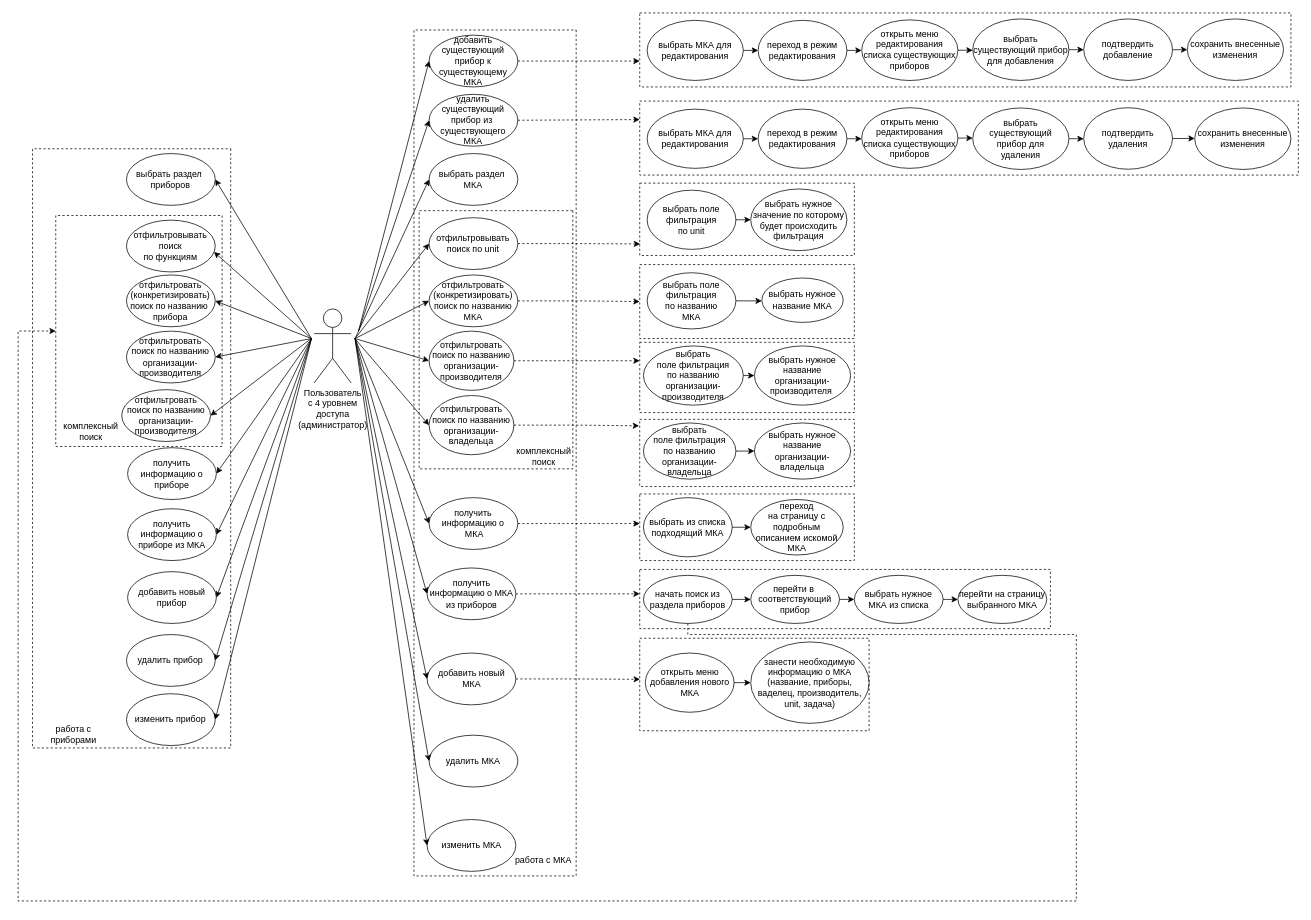
This is use case расширенная версия.drawio from ReallyDeadGorillaz/WorkingDrafts, a draw.io file, before an edit. Source tidied: cells renumbered, new cells numbered last; positions are measured from the earlier drawing's top-left corner, leaving out a move shared by most shapes. Both pictures are drawn from the tidied source at 74%, with x=0, y=0 at pixel (-168, 13).
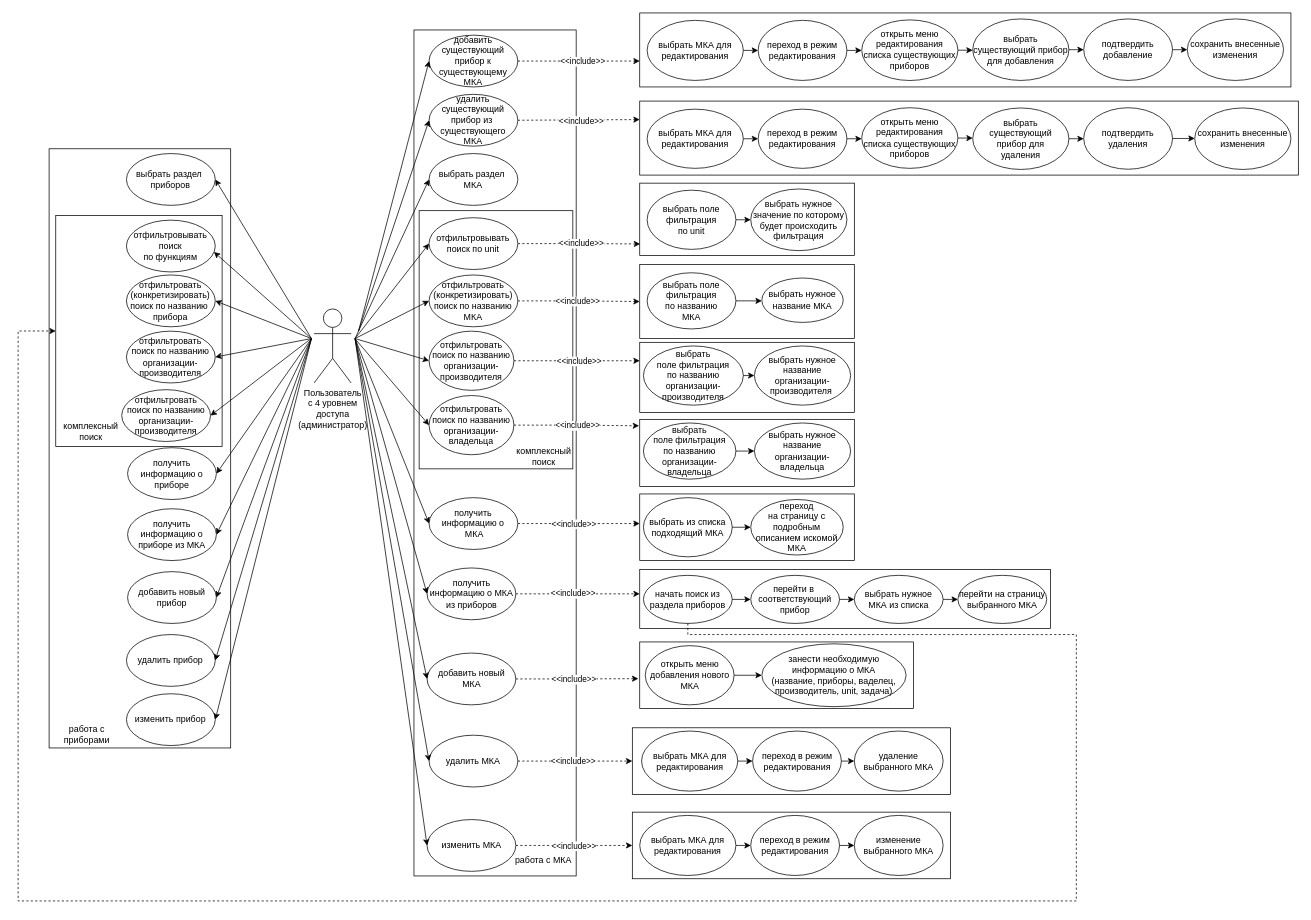
The same page after the edit.

The change refers to these unchanged cells:
```xml
<mxCell id="52" value="добавить новый МКА&lt;br&gt;" style="ellipse;whiteSpace=wrap;html=1;" parent="1" vertex="1">
  <mxGeometry x="803.6" y="865" width="120" height="70" as="geometry" />
</mxCell>
<mxCell id="53" value="удалить МКА&lt;br&gt;" style="ellipse;whiteSpace=wrap;html=1;" parent="1" vertex="1">
  <mxGeometry x="806.3" y="976" width="120" height="70" as="geometry" />
</mxCell>
<mxCell id="54" value="изменить МКА&lt;br&gt;" style="ellipse;whiteSpace=wrap;html=1;" parent="1" vertex="1">
  <mxGeometry x="803.6" y="1090" width="120" height="70" as="geometry" />
</mxCell>
```

Diff of the diagram source:
```diff
@@
+    <mxCell id="121" style="rounded=0;whiteSpace=wrap;html=1;fillColor=none;" parent="1" vertex="1">
+      <mxGeometry x="1081" y="966" width="430" height="90" as="geometry" />
+    </mxCell>
-    <mxCell id="2" style="rounded=0;whiteSpace=wrap;html=1;fillColor=none;dashed=1;" parent="1" vertex="1">
-      <mxGeometry x="1091" y="845" width="310" height="125" as="geometry" />
+    <mxCell id="2" style="rounded=0;whiteSpace=wrap;html=1;fillColor=none;" parent="1" vertex="1">
+      <mxGeometry x="1091" y="850" width="370" height="90" as="geometry" />
     </mxCell>
-    <mxCell id="3" style="rounded=0;whiteSpace=wrap;html=1;fillColor=none;dashed=1;" parent="1" vertex="1">
+    <mxCell id="3" style="rounded=0;whiteSpace=wrap;html=1;fillColor=none;" parent="1" vertex="1">
       <mxGeometry x="1091" y="752" width="555" height="80" as="geometry" />
     </mxCell>
-    <mxCell id="4" style="rounded=0;whiteSpace=wrap;html=1;fillColor=none;dashed=1;" parent="1" vertex="1">
+    <mxCell id="4" style="rounded=0;whiteSpace=wrap;html=1;fillColor=none;" parent="1" vertex="1">
       <mxGeometry x="1091" y="650" width="290" height="90" as="geometry" />
     </mxCell>
-    <mxCell id="5" style="rounded=0;whiteSpace=wrap;html=1;fillColor=none;dashed=1;" parent="1" vertex="1">
+    <mxCell id="5" style="rounded=0;whiteSpace=wrap;html=1;fillColor=none;" parent="1" vertex="1">
       <mxGeometry x="1091" y="445.1" width="290" height="94.9" as="geometry" />
     </mxCell>
-    <mxCell id="6" style="rounded=0;whiteSpace=wrap;html=1;fillColor=none;dashed=1;" parent="1" vertex="1">
+    <mxCell id="6" style="rounded=0;whiteSpace=wrap;html=1;fillColor=none;" parent="1" vertex="1">
       <mxGeometry x="1091" y="340" width="290" height="100" as="geometry" />
     </mxCell>
-    <mxCell id="7" style="rounded=0;whiteSpace=wrap;html=1;fillColor=none;dashed=1;" parent="1" vertex="1">
+    <mxCell id="7" style="rounded=0;whiteSpace=wrap;html=1;fillColor=none;" parent="1" vertex="1">
       <mxGeometry x="1091" y="230" width="290" height="97.8" as="geometry" />
     </mxCell>
-    <mxCell id="8" style="rounded=0;whiteSpace=wrap;html=1;fillColor=none;dashed=1;" parent="1" vertex="1">
+    <mxCell id="8" style="rounded=0;whiteSpace=wrap;html=1;fillColor=none;" parent="1" vertex="1">
       <mxGeometry x="1091" y="119.1" width="890" height="100" as="geometry" />
     </mxCell>
-    <mxCell id="9" style="rounded=0;whiteSpace=wrap;html=1;fillColor=none;dashed=1;" parent="1" vertex="1">
+    <mxCell id="9" style="rounded=0;whiteSpace=wrap;html=1;fillColor=none;" parent="1" vertex="1">
       <mxGeometry x="1091" width="880" height="100" as="geometry" />
     </mxCell>
-    <mxCell id="10" style="rounded=0;whiteSpace=wrap;html=1;rotation=90;fillColor=none;dashed=1;" parent="1" vertex="1">
-      <mxGeometry x="-0.5" y="454.5" width="809.7" height="267.8" as="geometry" />
+    <mxCell id="10" style="rounded=0;whiteSpace=wrap;html=1;rotation=90;fillColor=none;" parent="1" vertex="1">
+      <mxGeometry x="10.7" y="465.7" width="809.7" height="245.4" as="geometry" />
     </mxCell>
-    <mxCell id="11" style="rounded=0;whiteSpace=wrap;html=1;rotation=90;fillColor=none;dashed=1;" parent="1" vertex="1">
+    <mxCell id="11" style="rounded=0;whiteSpace=wrap;html=1;rotation=90;fillColor=none;" parent="1" vertex="1">
       <mxGeometry x="323.9" y="485" width="1143.2" height="219.2" as="geometry" />
     </mxCell>
-    <mxCell id="12" style="rounded=0;whiteSpace=wrap;html=1;rotation=90;fillColor=none;dashed=1;" parent="1" vertex="1">
+    <mxCell id="12" style="rounded=0;whiteSpace=wrap;html=1;rotation=90;fillColor=none;" parent="1" vertex="1">
       <mxGeometry x="722.3" y="337.8" width="348.9" height="207.7" as="geometry" />
     </mxCell>
@@
-    <mxCell id="33" style="rounded=0;whiteSpace=wrap;html=1;rotation=90;fillColor=none;dashed=1;" parent="1" vertex="1">
+    <mxCell id="33" style="rounded=0;whiteSpace=wrap;html=1;rotation=90;fillColor=none;" parent="1" vertex="1">
       <mxGeometry x="258.2" y="317.4" width="312.1" height="224.8" as="geometry" />
     </mxCell>
@@
     <mxCell id="38" value="работа с приборами" style="text;html=1;strokeColor=none;fillColor=none;align=center;verticalAlign=middle;whiteSpace=wrap;rounded=0;dashed=1;" parent="1" vertex="1">
-      <mxGeometry x="281" y="960" width="90" height="30" as="geometry" />
+      <mxGeometry x="298.9" y="960" width="90" height="30" as="geometry" />
     </mxCell>
@@
-    <mxCell id="51" style="edgeStyle=orthogonalEdgeStyle;rounded=0;jettySize=auto;html=1;exitX=1;exitY=0.5;exitDx=0;exitDy=0;entryX=0.001;entryY=0.444;entryDx=0;entryDy=0;entryPerimeter=0;dashed=1;" parent="1" edge="1" source="52" target="2">
+    <mxCell id="51" style="edgeStyle=orthogonalEdgeStyle;rounded=0;jettySize=auto;html=1;exitX=1;exitY=0.5;exitDx=0;exitDy=0;entryX=-0.005;entryY=0.551;entryDx=0;entryDy=0;entryPerimeter=0;dashed=1;" parent="1" edge="1" source="52" target="2">
       <mxGeometry relative="1" as="geometry" />
     </mxCell>
@@
+    <mxCell id="122" style="edgeStyle=orthogonalEdgeStyle;rounded=0;jettySize=auto;html=1;exitX=1;exitY=0.5;exitDx=0;exitDy=0;entryX=0;entryY=0.5;entryDx=0;entryDy=0;dashed=1;" parent="1" edge="1" source="54" target="144">
+      <mxGeometry relative="1" as="geometry" />
+    </mxCell>
@@
-    <mxCell id="101" style="rounded=0;whiteSpace=wrap;html=1;fillColor=none;dashed=1;" parent="1" vertex="1">
+    <mxCell id="101" style="rounded=0;whiteSpace=wrap;html=1;fillColor=none;" parent="1" vertex="1">
       <mxGeometry x="1091" y="549.2" width="290" height="90.8" as="geometry" />
     </mxCell>
@@
     <mxCell id="119" value="открыть меню добавления нового МКА" style="ellipse;whiteSpace=wrap;html=1;fillColor=none;" parent="1" vertex="1">
-      <mxGeometry x="1098.5" y="865" width="120" height="80" as="geometry" />
+      <mxGeometry x="1098.5" y="855" width="120" height="80" as="geometry" />
     </mxCell>
     <mxCell id="120" value="занести необходимую информацию о МКА&lt;br&gt;(название, приборы, ваделец, производитель, unit, задача)" style="ellipse;whiteSpace=wrap;html=1;fillColor=none;" parent="1" vertex="1">
-      <mxGeometry x="1241" y="850" width="160" height="110" as="geometry" />
+      <mxGeometry x="1256" y="852.5" width="195" height="85" as="geometry" />
     </mxCell>
+    <mxCell id="123" style="edgeStyle=orthogonalEdgeStyle;rounded=0;jettySize=auto;html=1;exitX=1;exitY=0.5;exitDx=0;exitDy=0;entryX=0;entryY=0.5;entryDx=0;entryDy=0;" parent="1" edge="1" source="124" target="126">
+      <mxGeometry relative="1" as="geometry" />
+    </mxCell>
+    <mxCell id="124" value="выбрать МКА для редактирования" style="ellipse;whiteSpace=wrap;html=1;fillColor=none;" parent="1" vertex="1">
+      <mxGeometry x="1093.5" y="970.4" width="130" height="81.2" as="geometry" />
+    </mxCell>
+    <mxCell id="125" style="edgeStyle=orthogonalEdgeStyle;rounded=0;jettySize=auto;html=1;exitX=1;exitY=0.5;exitDx=0;exitDy=0;entryX=0;entryY=0.5;entryDx=0;entryDy=0;" parent="1" edge="1" source="126" target="127">
+      <mxGeometry relative="1" as="geometry" />
+    </mxCell>
+    <mxCell id="126" value="переход в режим редактирования" style="ellipse;whiteSpace=wrap;html=1;fillColor=none;" parent="1" vertex="1">
+      <mxGeometry x="1243.5" y="970.4" width="120" height="81.2" as="geometry" />
+    </mxCell>
+    <mxCell id="127" value="удаление выбранного МКА" style="ellipse;whiteSpace=wrap;html=1;fillColor=none;" parent="1" vertex="1">
+      <mxGeometry x="1381" y="970.4" width="120" height="81.2" as="geometry" />
+    </mxCell>
+    <mxCell id="128" style="endArrow=classic;html=1;rounded=0;exitX=1;exitY=0.5;exitDx=0;exitDy=0;dashed=1;" parent="1" edge="1" source="53" target="121">
+      <mxGeometry relative="1" as="geometry" />
+    </mxCell>
+    <mxCell id="129" value="&amp;lt;&amp;lt;include&amp;gt;&amp;gt;" style="edgeLabel;html=1;align=center;verticalAlign=middle;" parent="128" vertex="1">
+      <mxGeometry x="0.22" y="1" relative="1" as="geometry">
+        <mxPoint x="-20" y="1" as="offset" />
+      </mxGeometry>
+    </mxCell>
+    <mxCell id="130" value="&amp;lt;&amp;lt;include&amp;gt;&amp;gt;" style="edgeLabel;html=1;align=center;verticalAlign=middle;" parent="1" vertex="1">
+      <mxGeometry x="1001" y="900" as="geometry" />
+    </mxCell>
+    <mxCell id="131" value="&amp;lt;&amp;lt;include&amp;gt;&amp;gt;" style="edgeLabel;html=1;align=center;verticalAlign=middle;" parent="1" vertex="1">
+      <mxGeometry x="1011" y="1040" as="geometry">
+        <mxPoint x="-11" y="-256" as="offset" />
+      </mxGeometry>
+    </mxCell>
+    <mxCell id="132" value="&amp;lt;&amp;lt;include&amp;gt;&amp;gt;" style="edgeLabel;html=1;align=center;verticalAlign=middle;" parent="1" vertex="1">
+      <mxGeometry x="1021.3" y="1042" as="geometry">
+        <mxPoint x="-20" y="-352" as="offset" />
+      </mxGeometry>
+    </mxCell>
+    <mxCell id="133" value="&amp;lt;&amp;lt;include&amp;gt;&amp;gt;" style="edgeLabel;html=1;align=center;verticalAlign=middle;" parent="1" vertex="1">
+      <mxGeometry x="1006" y="557" as="geometry" />
+    </mxCell>
+    <mxCell id="134" value="&amp;lt;&amp;lt;include&amp;gt;&amp;gt;" style="edgeLabel;html=1;align=center;verticalAlign=middle;" parent="1" vertex="1">
+      <mxGeometry x="1041.3" y="1059" as="geometry">
+        <mxPoint x="-33" y="-589" as="offset" />
+      </mxGeometry>
+    </mxCell>
+    <mxCell id="135" value="&amp;lt;&amp;lt;include&amp;gt;&amp;gt;" style="edgeLabel;html=1;align=center;verticalAlign=middle;" parent="1" vertex="1">
+      <mxGeometry x="1051.3" y="1075" as="geometry">
+        <mxPoint x="-45" y="-686" as="offset" />
+      </mxGeometry>
+    </mxCell>
+    <mxCell id="136" value="&amp;lt;&amp;lt;include&amp;gt;&amp;gt;" style="edgeLabel;html=1;align=center;verticalAlign=middle;" parent="1" vertex="1">
+      <mxGeometry x="1011" y="311.7" as="geometry" />
+    </mxCell>
+    <mxCell id="137" value="&amp;lt;&amp;lt;include&amp;gt;&amp;gt;" style="edgeLabel;html=1;align=center;verticalAlign=middle;" parent="1" vertex="1">
+      <mxGeometry x="1011" y="145" as="geometry" />
+    </mxCell>
+    <mxCell id="138" value="&amp;lt;&amp;lt;include&amp;gt;&amp;gt;" style="edgeLabel;html=1;align=center;verticalAlign=middle;" parent="1" vertex="1">
+      <mxGeometry x="1011" y="113" as="geometry">
+        <mxPoint x="2" y="-48" as="offset" />
+      </mxGeometry>
+    </mxCell>
+    <mxCell id="139" style="edgeStyle=orthogonalEdgeStyle;rounded=0;jettySize=auto;html=1;exitX=1;exitY=0.5;exitDx=0;exitDy=0;entryX=0;entryY=0.5;entryDx=0;entryDy=0;" parent="1" edge="1" source="140" target="142">
+      <mxGeometry relative="1" as="geometry" />
+    </mxCell>
+    <mxCell id="140" value="выбрать МКА для редактирования" style="ellipse;whiteSpace=wrap;html=1;fillColor=none;" parent="1" vertex="1">
+      <mxGeometry x="1091" y="1084.4" width="130" height="81.2" as="geometry" />
+    </mxCell>
+    <mxCell id="141" style="edgeStyle=orthogonalEdgeStyle;rounded=0;jettySize=auto;html=1;exitX=1;exitY=0.5;exitDx=0;exitDy=0;entryX=0;entryY=0.5;entryDx=0;entryDy=0;" parent="1" edge="1" source="142" target="143">
+      <mxGeometry relative="1" as="geometry" />
+    </mxCell>
+    <mxCell id="142" value="переход в режим редактирования" style="ellipse;whiteSpace=wrap;html=1;fillColor=none;" parent="1" vertex="1">
+      <mxGeometry x="1241" y="1084.4" width="120" height="81.2" as="geometry" />
+    </mxCell>
+    <mxCell id="143" value="изменение выбранного МКА" style="ellipse;whiteSpace=wrap;html=1;fillColor=none;" parent="1" vertex="1">
+      <mxGeometry x="1381" y="1084.4" width="120" height="81.2" as="geometry" />
+    </mxCell>
+    <mxCell id="144" style="rounded=0;whiteSpace=wrap;html=1;fillColor=none;" parent="1" vertex="1">
+      <mxGeometry x="1081" y="1080" width="430" height="90" as="geometry" />
+    </mxCell>
+    <mxCell id="145" value="&amp;lt;&amp;lt;include&amp;gt;&amp;gt;" style="edgeLabel;html=1;align=center;verticalAlign=middle;" parent="1" vertex="1">
+      <mxGeometry x="1001" y="1125" as="geometry" />
+    </mxCell>
```
